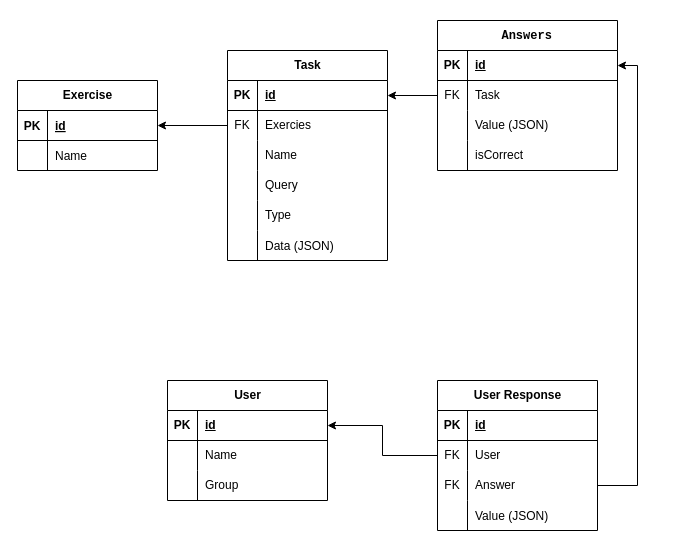
This is midis-test.drawio from midis-students/midis-test, a draw.io file, before an edit. Source tidied: cells renumbered, new cells numbered last; positions are measured from the earlier drawing's top-left corner, leaving out a move shared by most shapes. Both pictures are drawn from the tidied source at 100%, with x=0, y=0 at pixel (17, 20).
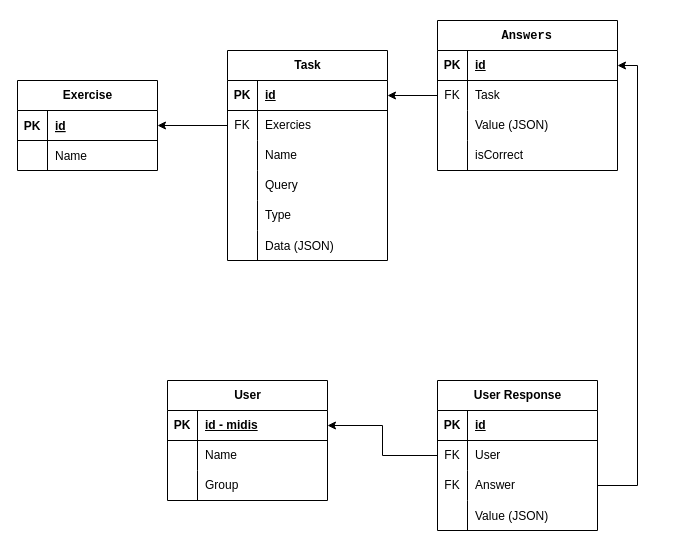
The same diagram, later.

Unchanged cells that the change refers to:
```xml
<mxCell id="23" style="shape=tableRow;horizontal=0;startSize=0;swimlaneHead=0;swimlaneBody=0;fillColor=none;points=[[0,0.5],[1,0.5]];portConstraint=eastwest;top=0;left=0;right=0;bottom=1;html=1;" parent="22" vertex="1">
  <mxGeometry y="30" width="160" height="30" as="geometry" />
</mxCell>
```

What changed in the source:
```diff
@@
-    <mxCell id="25" value="id" style="shape=partialRectangle;fillColor=none;top=0;left=0;bottom=0;right=0;align=left;spacingLeft=6;fontStyle=5;overflow=hidden;html=1;" parent="23" vertex="1">
+    <mxCell id="25" value="id - midis" style="shape=partialRectangle;fillColor=none;top=0;left=0;bottom=0;right=0;align=left;spacingLeft=6;fontStyle=5;overflow=hidden;html=1;" parent="23" vertex="1">
       <mxGeometry x="30" width="130" height="30" as="geometry" />
     </mxCell>
```
